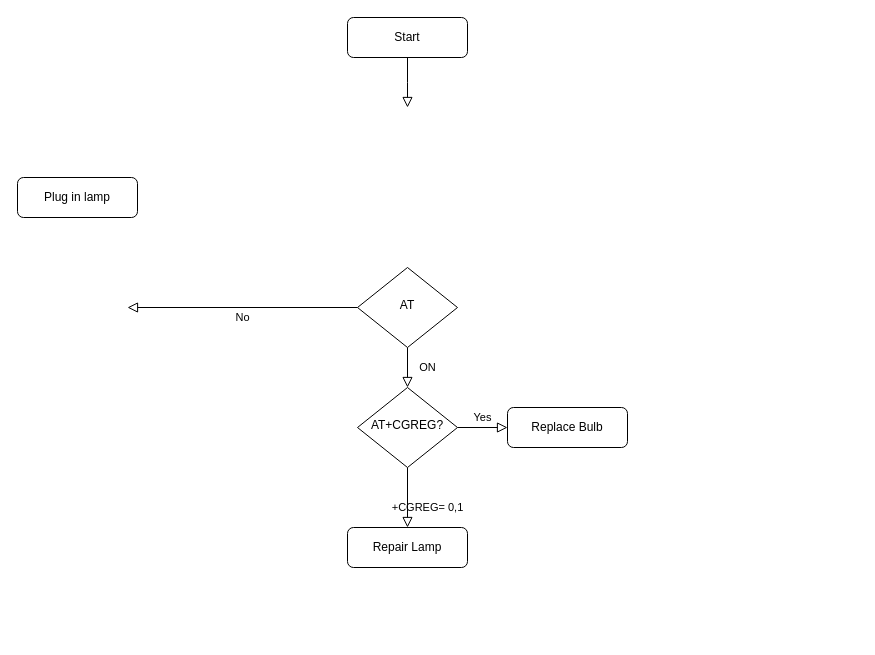
This is NB_IoT.drawio from K2ayzz/ForDrawIO, a draw.io file, before an edit. Source tidied: cells renumbered, new cells numbered last; positions are measured from the earlier drawing's top-left corner, leaving out a move shared by most shapes. Both pictures are drawn from the tidied source at 100%, with x=0, y=0 at pixel (17, 17).
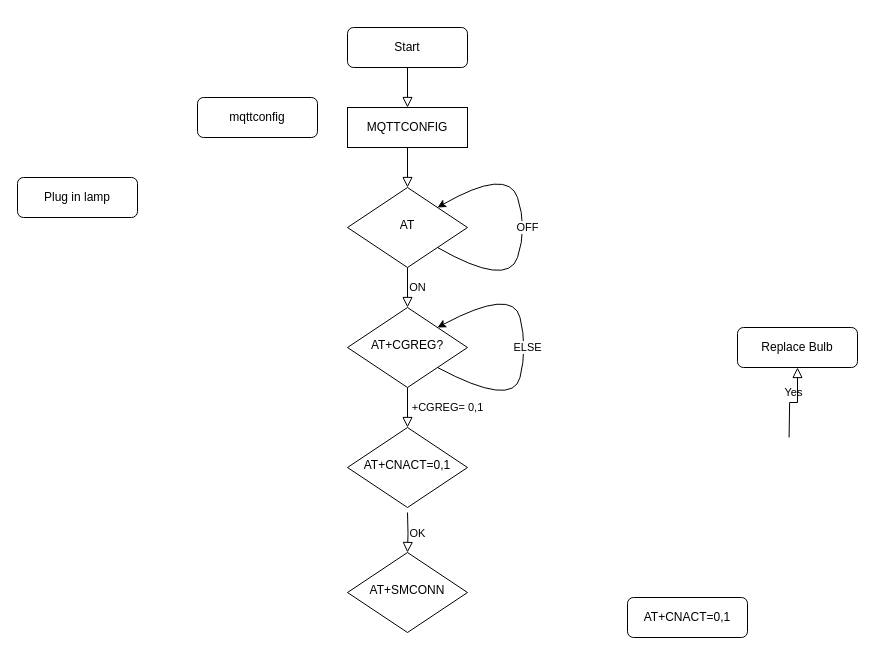
The same diagram, later.

Commit message (it also covers changes not shown here):
Cập nhật NB_IoT.drawio

What changed in the source:
```diff
@@
-    <mxCell id="2" style="rounded=0;html=1;jettySize=auto;fontSize=11;endArrow=block;endFill=0;endSize=8;strokeWidth=1;shadow=0;labelBackgroundColor=none;edgeStyle=orthogonalEdgeStyle;" parent="1" edge="1" source="3">
-      <mxGeometry relative="1" as="geometry">
-        <mxPoint x="390" y="90" as="targetPoint" />
-      </mxGeometry>
+    <mxCell id="2" style="rounded=0;html=1;jettySize=auto;fontSize=11;endArrow=block;endFill=0;endSize=8;strokeWidth=1;shadow=0;labelBackgroundColor=none;edgeStyle=orthogonalEdgeStyle;entryX=0.5;entryY=0;entryDx=0;entryDy=0;" parent="1" edge="1" source="3" target="20">
+      <mxGeometry relative="1" as="geometry" />
     </mxCell>
     <mxCell id="3" value="Start" style="rounded=1;whiteSpace=wrap;html=1;fontSize=12;glass=0;strokeWidth=1;shadow=0;" parent="1" vertex="1">
-      <mxGeometry x="330" width="120" height="40" as="geometry" />
+      <mxGeometry x="330" y="10" width="120" height="40" as="geometry" />
     </mxCell>
     <mxCell id="4" value="ON" style="rounded=0;html=1;jettySize=auto;fontSize=11;endArrow=block;endFill=0;endSize=8;strokeWidth=1;shadow=0;labelBackgroundColor=none;edgeStyle=orthogonalEdgeStyle;" parent="1" edge="1" source="6" target="10">
-      <mxGeometry y="20" relative="1" as="geometry" />
+      <mxGeometry y="10" relative="1" as="geometry" />
     </mxCell>
-    <mxCell id="5" value="No" style="edgeStyle=orthogonalEdgeStyle;rounded=0;html=1;jettySize=auto;fontSize=11;endArrow=block;endFill=0;endSize=8;strokeWidth=1;shadow=0;labelBackgroundColor=none;" parent="1" edge="1" source="6">
-      <mxGeometry y="10" relative="1" as="geometry">
-        <mxPoint x="110" y="290" as="targetPoint" />
-      </mxGeometry>
-    </mxCell>
     <mxCell id="6" value="AT" style="rhombus;whiteSpace=wrap;html=1;shadow=0;fontFamily=Helvetica;fontSize=12;align=center;strokeWidth=1;spacing=6;spacingTop=-4;" parent="1" vertex="1">
-      <mxGeometry x="340" y="250" width="100" height="80" as="geometry" />
+      <mxGeometry x="330" y="170" width="120" height="80" as="geometry" />
     </mxCell>
@@
-    <mxCell id="8" value="+CGREG= 0,1" style="rounded=0;html=1;jettySize=auto;fontSize=11;endArrow=block;endFill=0;endSize=8;strokeWidth=1;shadow=0;labelBackgroundColor=none;edgeStyle=orthogonalEdgeStyle;" parent="1" edge="1" source="10" target="11">
-      <mxGeometry x="0.33" y="20" relative="1" as="geometry" />
+    <mxCell id="8" value="+CGREG= 0,1" style="rounded=0;html=1;jettySize=auto;fontSize=11;endArrow=block;endFill=0;endSize=8;strokeWidth=1;shadow=0;labelBackgroundColor=none;edgeStyle=orthogonalEdgeStyle;entryX=0.5;entryY=0;entryDx=0;entryDy=0;" parent="1" edge="1" source="10" target="17">
+      <mxGeometry y="40" relative="1" as="geometry" />
     </mxCell>
-    <mxCell id="9" value="Yes" style="edgeStyle=orthogonalEdgeStyle;rounded=0;html=1;jettySize=auto;fontSize=11;endArrow=block;endFill=0;endSize=8;strokeWidth=1;shadow=0;labelBackgroundColor=none;" parent="1" edge="1" source="10" target="12">
-      <mxGeometry y="10" relative="1" as="geometry" />
+    <mxCell id="9" value="Yes" style="edgeStyle=orthogonalEdgeStyle;rounded=0;html=1;jettySize=auto;fontSize=11;endArrow=block;endFill=0;endSize=8;strokeWidth=1;shadow=0;labelBackgroundColor=none;" parent="1" edge="1" target="12">
+      <mxGeometry y="10" relative="1" as="geometry">
+        <mxPoint x="771.6" y="420" as="sourcePoint" />
+      </mxGeometry>
     </mxCell>
     <mxCell id="10" value="AT+CGREG?" style="rhombus;whiteSpace=wrap;html=1;shadow=0;fontFamily=Helvetica;fontSize=12;align=center;strokeWidth=1;spacing=6;spacingTop=-4;" parent="1" vertex="1">
-      <mxGeometry x="340" y="370" width="100" height="80" as="geometry" />
+      <mxGeometry x="330" y="290" width="120" height="80" as="geometry" />
     </mxCell>
-    <mxCell id="11" value="Repair Lamp" style="rounded=1;whiteSpace=wrap;html=1;fontSize=12;glass=0;strokeWidth=1;shadow=0;" parent="1" vertex="1">
-      <mxGeometry x="330" y="510" width="120" height="40" as="geometry" />
+    <mxCell id="11" value="AT+CNACT=0,1" style="rounded=1;whiteSpace=wrap;html=1;fontSize=12;glass=0;strokeWidth=1;shadow=0;" parent="1" vertex="1">
+      <mxGeometry x="610" y="580" width="120" height="40" as="geometry" />
     </mxCell>
     <mxCell id="12" value="Replace Bulb" style="rounded=1;whiteSpace=wrap;html=1;fontSize=12;glass=0;strokeWidth=1;shadow=0;" parent="1" vertex="1">
-      <mxGeometry x="490" y="390" width="120" height="40" as="geometry" />
+      <mxGeometry x="720" y="310" width="120" height="40" as="geometry" />
     </mxCell>
+    <mxCell id="13" value="mqttconfig" style="rounded=1;whiteSpace=wrap;html=1;fontSize=12;glass=0;strokeWidth=1;shadow=0;" parent="1" vertex="1">
+      <mxGeometry x="180" y="80" width="120" height="40" as="geometry" />
+    </mxCell>
+    <mxCell id="14" style="rounded=0;html=1;jettySize=auto;fontSize=11;endArrow=block;endFill=0;endSize=8;strokeWidth=1;shadow=0;labelBackgroundColor=none;edgeStyle=orthogonalEdgeStyle;entryX=0.5;entryY=0;entryDx=0;entryDy=0;exitX=0.5;exitY=1;exitDx=0;exitDy=0;" parent="1" edge="1" source="20" target="6">
+      <mxGeometry relative="1" as="geometry" />
+    </mxCell>
+    <mxCell id="15" value="OFF" style="curved=1;endArrow=classic;html=1;rounded=0;entryX=1;entryY=0;entryDx=0;entryDy=0;exitX=1;exitY=1;exitDx=0;exitDy=0;" parent="1" edge="1" source="6" target="6">
+      <mxGeometry relative="1" as="geometry">
+        <Array as="points">
+          <mxPoint x="490" y="270" />
+          <mxPoint x="510" y="210" />
+          <mxPoint x="490" y="150" />
+        </Array>
+      </mxGeometry>
+    </mxCell>
+    <mxCell id="16" value="ELSE" style="curved=1;endArrow=classic;html=1;rounded=0;entryX=1;entryY=0;entryDx=0;entryDy=0;exitX=1;exitY=1;exitDx=0;exitDy=0;" parent="1" edge="1" source="10" target="10">
+      <mxGeometry relative="1" as="geometry">
+        <Array as="points">
+          <mxPoint x="495" y="390" />
+          <mxPoint x="510" y="330" />
+          <mxPoint x="495" y="270" />
+        </Array>
+      </mxGeometry>
+    </mxCell>
+    <mxCell id="17" value="AT+CNACT=0,1" style="rhombus;whiteSpace=wrap;html=1;shadow=0;fontFamily=Helvetica;fontSize=12;align=center;strokeWidth=1;spacing=6;spacingTop=-4;" parent="1" vertex="1">
+      <mxGeometry x="330" y="410" width="120" height="80" as="geometry" />
+    </mxCell>
+    <mxCell id="18" value="OK" style="rounded=0;html=1;jettySize=auto;fontSize=11;endArrow=block;endFill=0;endSize=8;strokeWidth=1;shadow=0;labelBackgroundColor=none;edgeStyle=orthogonalEdgeStyle;entryX=0.5;entryY=0;entryDx=0;entryDy=0;" parent="1" edge="1" target="19">
+      <mxGeometry x="0.04" y="-9" relative="1" as="geometry">
+        <mxPoint x="390" y="495" as="sourcePoint" />
+        <mxPoint x="9" y="9" as="offset" />
+      </mxGeometry>
+    </mxCell>
+    <mxCell id="19" value="AT+SMCONN" style="rhombus;whiteSpace=wrap;html=1;shadow=0;fontFamily=Helvetica;fontSize=12;align=center;strokeWidth=1;spacing=6;spacingTop=-4;" parent="1" vertex="1">
+      <mxGeometry x="330" y="535" width="120" height="80" as="geometry" />
+    </mxCell>
+    <mxCell id="20" value="MQTTCONFIG" style="rounded=0;whiteSpace=wrap;html=1;" parent="1" vertex="1">
+      <mxGeometry x="330" y="90" width="120" height="40" as="geometry" />
+    </mxCell>
```
